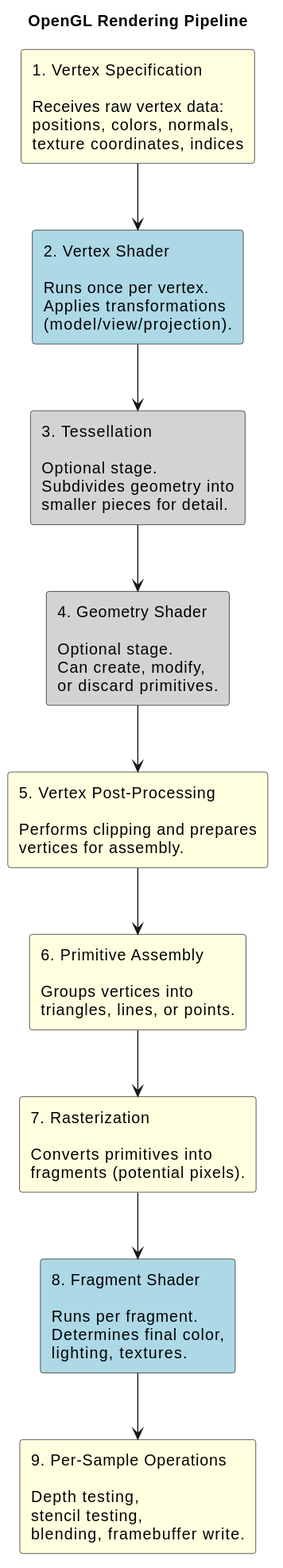
This is GraphicsPipeline.svg from katmoormann99/graphics-sandbox, a PlantUML export, as it was before one commit.
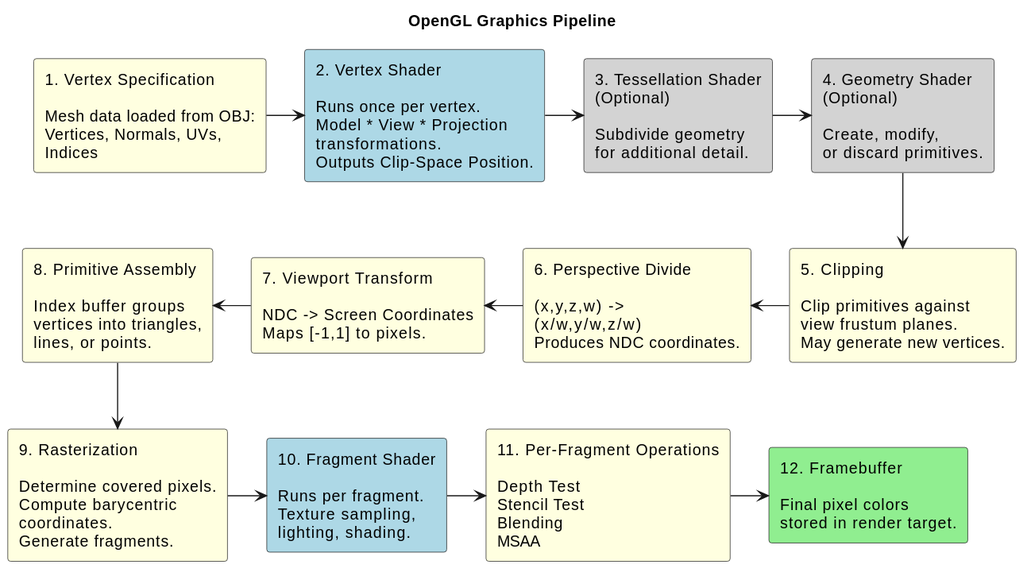
Later version of the same file.

Commit message:
cleaned up the UML box positions

The edit, as a diff of the source:
```diff
@@ -1,33 +1,42 @@
 @startuml
-title OpenGL Rendering Pipeline
+title OpenGL Graphics Pipeline
 
 skinparam linetype ortho
 top to bottom direction
 
-rectangle "1. Vertex Specification\n\nReceives raw vertex data:\npositions, colors, normals,\ntexture coordinates, indices" as VSPEC #LightYellow
+rectangle "1. Vertex Specification\n\nMesh data loaded from OBJ:\nVertices, Normals, UVs,\nIndices" as VSPEC #LightYellow
 
-rectangle "2. Vertex Shader\n\nRuns once per vertex.\nApplies transformations\n(model/view/projection)." as VSHADER #LightBlue
+rectangle "2. Vertex Shader\n\nRuns once per vertex.\nModel * View * Projection\ntransformations.\nOutputs Clip-Space Position." as VSHADER #LightBlue
 
-rectangle "3. Tessellation\n\nOptional stage.\nSubdivides geometry into\nsmaller pieces for detail." as TESS #LightGray
+rectangle "3. Tessellation Shader\n(Optional)\n\nSubdivide geometry\nfor additional detail." as TESS #LightGray
 
-rectangle "4. Geometry Shader\n\nOptional stage.\nCan create, modify,\nor discard primitives." as GSHADER #LightGray
+rectangle "4. Geometry Shader\n(Optional)\n\nCreate, modify,\nor discard primitives." as GSHADER #LightGray
 
-rectangle "5. Vertex Post-Processing\n\nPerforms clipping and prepares\nvertices for assembly." as VPOST #LightYellow
+rectangle "5. Clipping\n\nClip primitives against\nview frustum planes.\nMay generate new vertices." as CLIP #LightYellow
 
-rectangle "6. Primitive Assembly\n\nGroups vertices into\ntriangles, lines, or points." as PRIM #LightYellow
+rectangle "6. Perspective Divide\n\n(x,y,z,w) ->\n(x/w,y/w,z/w)\nProduces NDC coordinates." as PDIV #LightYellow
 
-rectangle "7. Rasterization\n\nConverts primitives into\nfragments (potential pixels)." as RAST #LightYellow
+rectangle "7. Viewport Transform\n\nNDC -> Screen Coordinates\nMaps [-1,1] to pixels." as VIEWPORT #LightYellow
 
-rectangle "8. Fragment Shader\n\nRuns per fragment.\nDetermines final color,\nlighting, textures." as FSHADER #LightBlue
+rectangle "8. Primitive Assembly\n\nIndex buffer groups\nvertices into triangles,\nlines, or points." as PRIM #LightYellow
 
-rectangle "9. Per-Sample Operations\n\nDepth testing,\nstencil testing,\nblending, framebuffer write." as PSAMPLE #LightYellow
+rectangle "9. Rasterization\n\nDetermine covered pixels.\nCompute barycentric\ncoordinates.\nGenerate fragments." as RAST #LightYellow
 
-VSPEC --> VSHADER
-VSHADER --> TESS
-TESS --> GSHADER
-GSHADER --> VPOST
-VPOST --> PRIM
+rectangle "10. Fragment Shader\n\nRuns per fragment.\nTexture sampling,\nlighting, shading." as FSHADER #LightBlue
+
+rectangle "11. Per-Fragment Operations\n\nDepth Test\nStencil Test\nBlending\nMSAA" as PFO #LightYellow
+
+rectangle "12. Framebuffer\n\nFinal pixel colors\nstored in render target." as FB #LightGreen
+
+VSPEC -right-> VSHADER
+VSHADER -right-> TESS
+TESS -right-> GSHADER
+GSHADER --> CLIP
+CLIP -left-> PDIV
+PDIV -left-> VIEWPORT
+VIEWPORT -left-> PRIM
 PRIM --> RAST
-RAST --> FSHADER
-FSHADER --> PSAMPLE
+RAST -right-> FSHADER
+FSHADER -right-> PFO
+PFO -right-> FB
 @enduml
```
